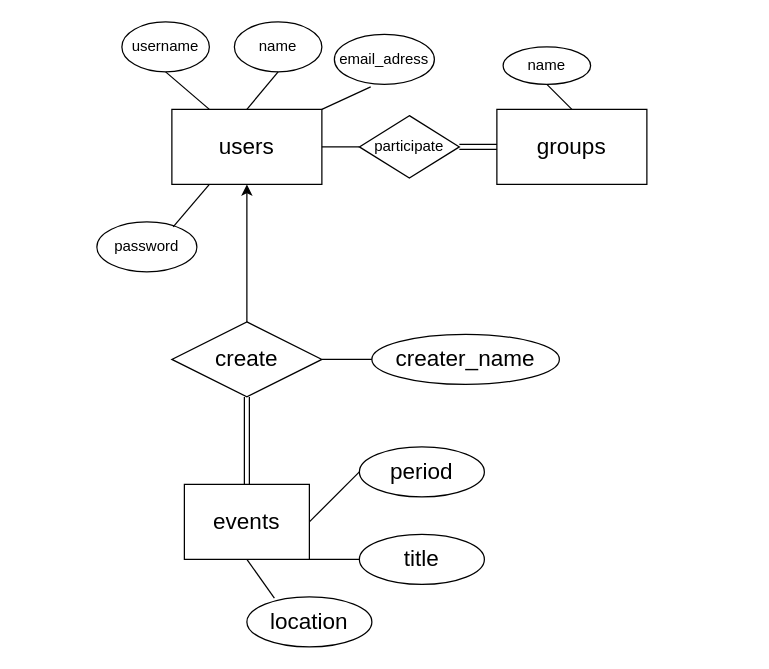
The draw.io diagram COMP 9311/assignment1-CSE-web-based.drawio in LoverCheng/unsw, before the edit. Source tidied: cells renumbered, new cells numbered last; positions are measured from the earlier drawing's top-left corner, leaving out a move shared by most shapes. Both pictures are drawn from the tidied source at 125%, with x=0, y=0 at pixel (96, 21).
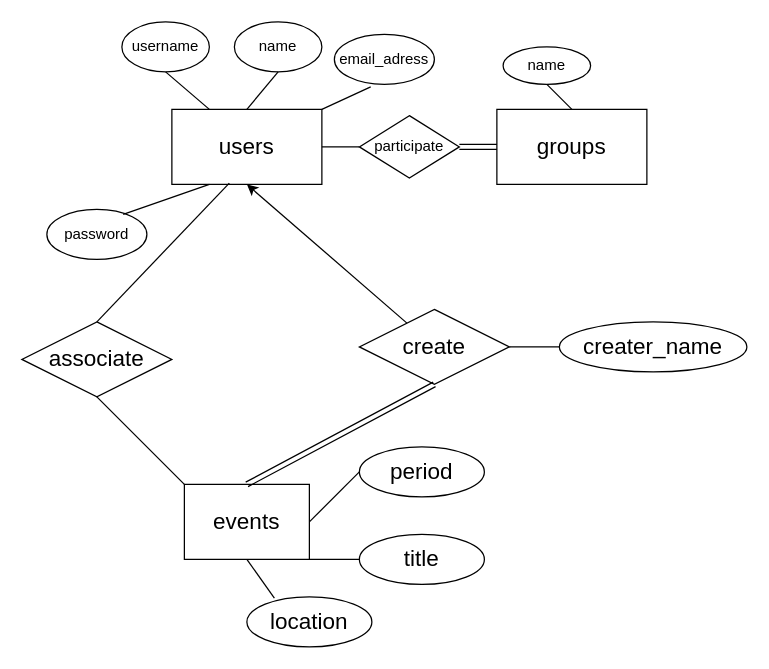
Above is the later version.

The change refers to these unchanged cells:
```xml
<mxCell id="3" value="&lt;font style=&quot;font-size: 18px;&quot;&gt;users&lt;/font&gt;" style="rounded=0;whiteSpace=wrap;html=1;" parent="1" vertex="1">
  <mxGeometry x="60" y="70" width="120" height="60" as="geometry" />
</mxCell>
<mxCell id="15" value="&lt;font style=&quot;font-size: 18px;&quot;&gt;events&lt;/font&gt;" style="rounded=0;whiteSpace=wrap;html=1;" parent="1" vertex="1">
  <mxGeometry x="70" y="370" width="100" height="60" as="geometry" />
</mxCell>
```

The edit, as a diff of the source:
```diff
@@
     <mxCell id="6" value="password" style="ellipse;whiteSpace=wrap;html=1;" parent="1" vertex="1">
-      <mxGeometry y="160" width="80" height="40" as="geometry" />
+      <mxGeometry x="-40" y="150" width="80" height="40" as="geometry" />
     </mxCell>
@@
     <mxCell id="18" value="create" style="shape=rhombus;perimeter=rhombusPerimeter;whiteSpace=wrap;html=1;align=center;fontSize=18;" parent="1" vertex="1">
-      <mxGeometry x="60" y="240" width="120" height="60" as="geometry" />
+      <mxGeometry x="210" y="230" width="120" height="60" as="geometry" />
     </mxCell>
@@
     <mxCell id="27" value="creater_name" style="ellipse;whiteSpace=wrap;html=1;fontSize=18;" parent="1" vertex="1">
-      <mxGeometry x="220" y="250" width="150" height="40" as="geometry" />
+      <mxGeometry x="370" y="240" width="150" height="40" as="geometry" />
     </mxCell>
@@
+    <mxCell id="29" value="associate" style="shape=rhombus;perimeter=rhombusPerimeter;whiteSpace=wrap;html=1;align=center;fontSize=18;" parent="1" vertex="1">
+      <mxGeometry x="-60" y="240" width="120" height="60" as="geometry" />
+    </mxCell>
+    <mxCell id="30" style="endArrow=none;html=1;rounded=0;fontSize=18;entryX=0;entryY=0;entryDx=0;entryDy=0;exitX=0.5;exitY=1;exitDx=0;exitDy=0;" parent="1" edge="1" source="29" target="15">
+      <mxGeometry relative="1" as="geometry" />
+    </mxCell>
+    <mxCell id="31" style="endArrow=none;html=1;rounded=0;fontSize=18;entryX=0.383;entryY=0.983;entryDx=0;entryDy=0;entryPerimeter=0;exitX=0.5;exitY=0;exitDx=0;exitDy=0;" parent="1" edge="1" source="29" target="3">
+      <mxGeometry relative="1" as="geometry" />
+    </mxCell>
```
